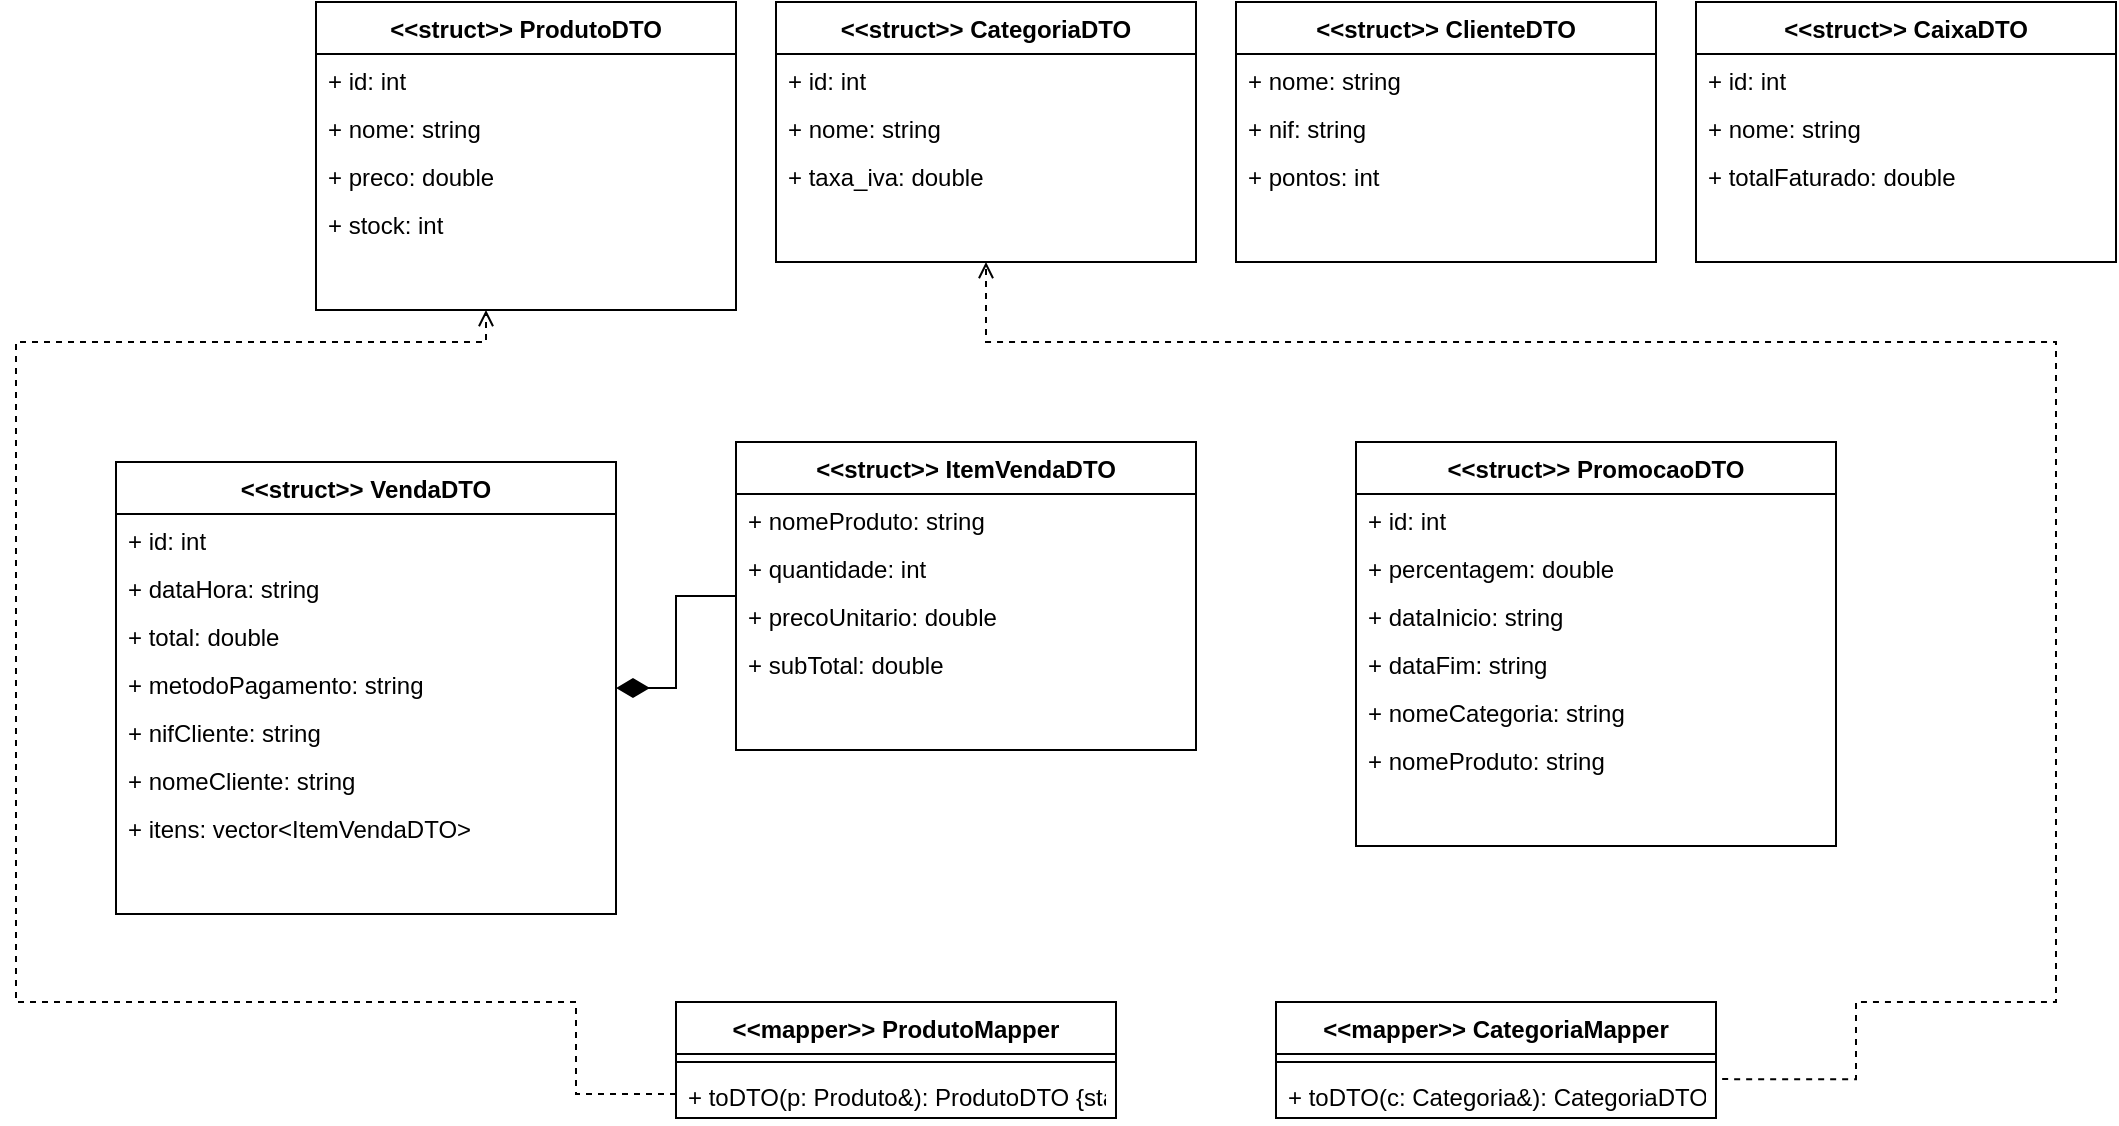
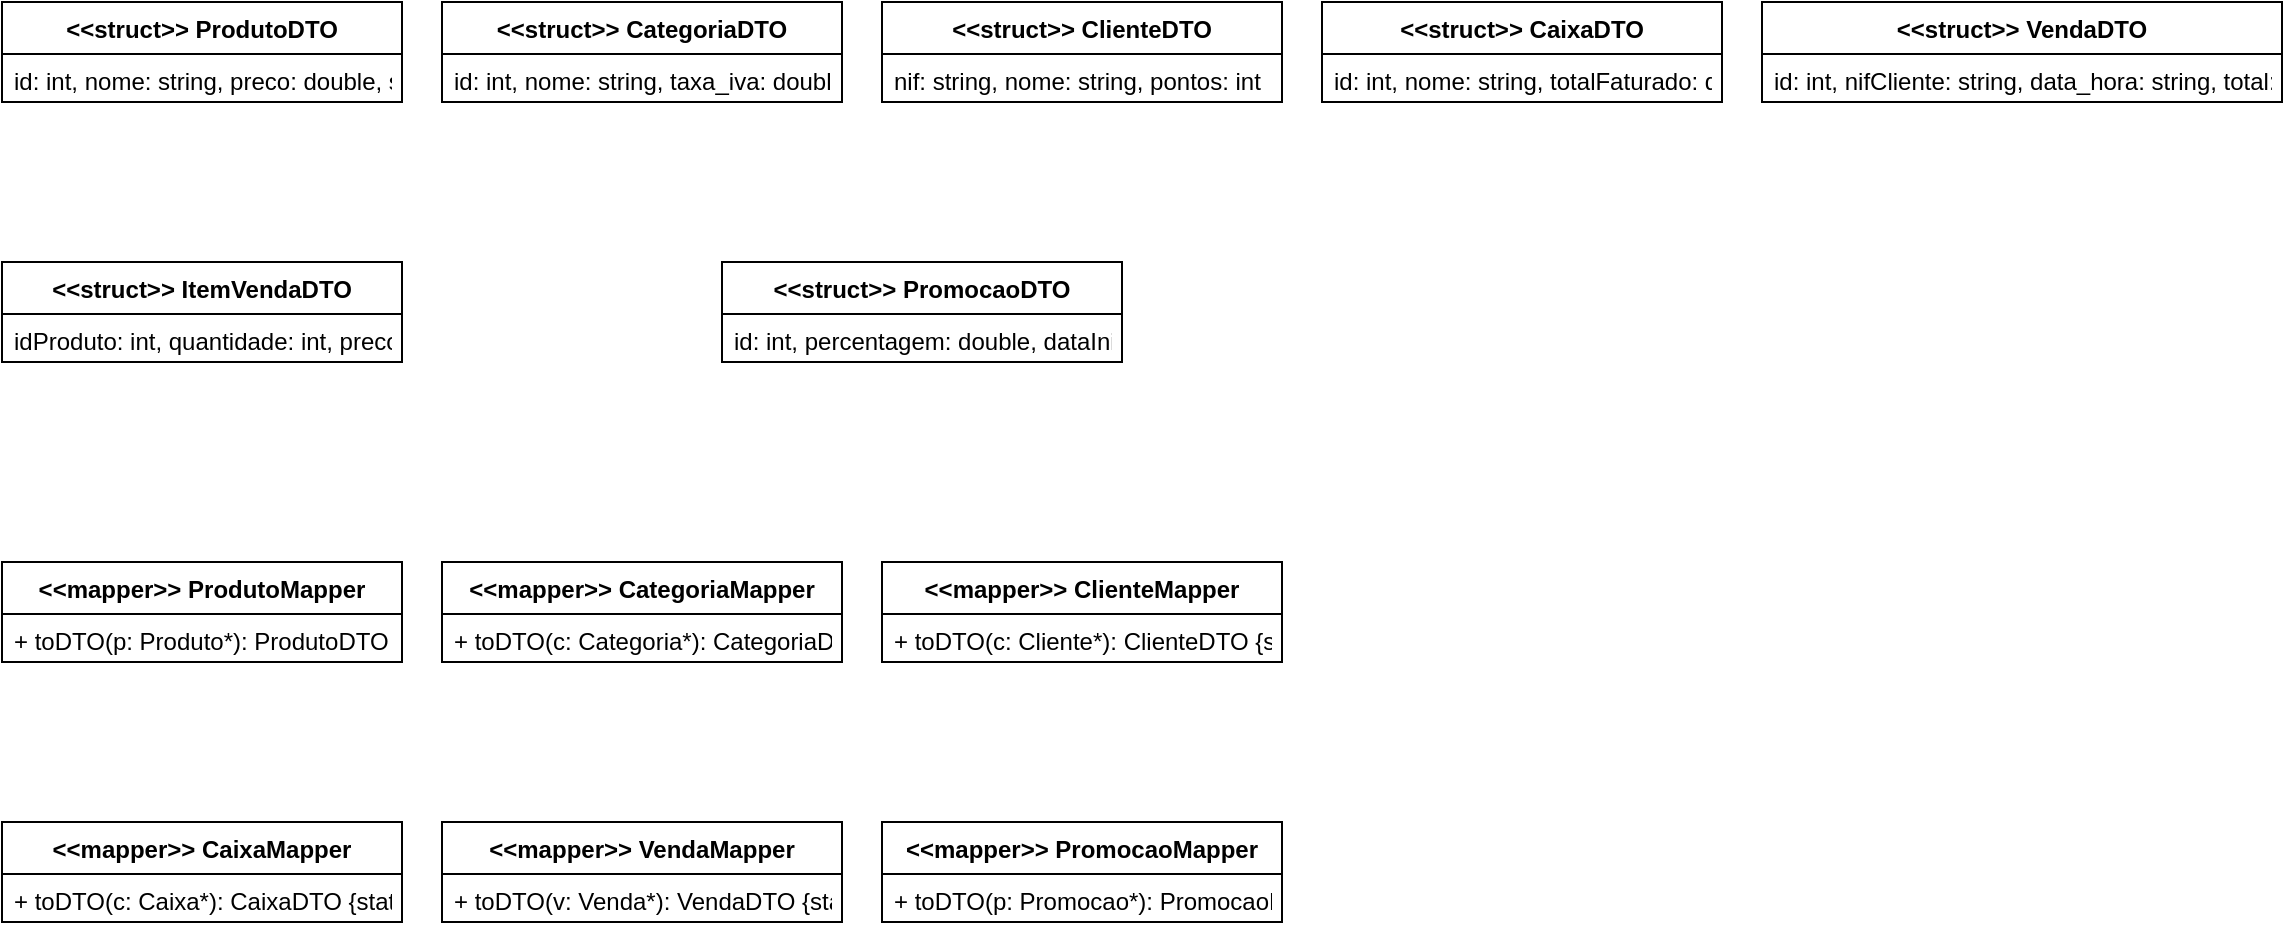
<?xml version='1.0' encoding='utf-8'?>
<mxfile host="app.diagrams.net">
  <diagram id="DTOsMappersDCD" name="DTOs and Mappers Class Diagram">
-     <mxGraphModel dx="2364" dy="771" grid="1" gridSize="10" guides="1" tooltips="1" connect="1" arrows="1" fold="1" page="1" pageScale="1" pageWidth="950" pageHeight="620" math="0" shadow="0">
+     <mxGraphModel dx="900" dy="600" grid="1" gridSize="10" guides="1" tooltips="1" connect="1" arrows="1" fold="1" page="1" pageScale="1" pageWidth="1200" pageHeight="550" math="0" shadow="0">
      <root>
        <mxCell id="0" />
        <mxCell id="1" parent="0" />
-         <mxCell id="cls_produto_dto" parent="1" style="swimlane;fontStyle=1;align=center;verticalAlign=top;childLayout=stackLayout;horizontal=1;startSize=26;horizontalStack=0;resizeParent=1;resizeLast=0;collapsible=1;marginBottom=0;rounded=0;shadow=0;strokeWidth=1;" value="&lt;&lt;struct&gt;&gt; ProdutoDTO" vertex="1">
-           <mxGeometry height="154" width="210" x="20" y="20" as="geometry" />
+         <mxCell id="dto_produtodto" parent="1" style="swimlane;fontStyle=1;align=center;verticalAlign=top;childLayout=stackLayout;horizontal=1;startSize=26;horizontalStack=0;resizeParent=1;resizeLast=0;collapsible=1;marginBottom=0;rounded=0;shadow=0;strokeWidth=1;" value="&lt;&lt;struct&gt;&gt; ProdutoDTO" vertex="1">
+           <mxGeometry height="50" width="200" x="20" y="20" as="geometry" />
        </mxCell>
-         <mxCell id="cls_produto_dto_a_0" parent="cls_produto_dto" style="text;align=left;verticalAlign=top;spacingLeft=4;spacingRight=4;overflow=hidden;rotatable=0;points=[[0,0.5],[1,0.5]];portConstraint=eastwest;rounded=0;shadow=0;html=0;" value="+ id: int" vertex="1">
-           <mxGeometry height="24" width="210" y="26" as="geometry" />
+         <mxCell id="dto_produtodto_a" parent="dto_produtodto" style="text;align=left;verticalAlign=top;spacingLeft=4;spacingRight=4;overflow=hidden;rotatable=0;points=[[0,0.5],[1,0.5]];portConstraint=eastwest;rounded=0;shadow=0;html=0;" value="id: int, nome: string, preco: double, stock: int, id_categoria: int" vertex="1">
+           <mxGeometry height="24" width="200" y="26" as="geometry" />
        </mxCell>
-         <mxCell id="cls_produto_dto_a_1" parent="cls_produto_dto" style="text;align=left;verticalAlign=top;spacingLeft=4;spacingRight=4;overflow=hidden;rotatable=0;points=[[0,0.5],[1,0.5]];portConstraint=eastwest;rounded=0;shadow=0;html=0;" value="+ nome: string" vertex="1">
-           <mxGeometry height="24" width="210" y="50" as="geometry" />
+         <mxCell id="dto_categoriadto" parent="1" style="swimlane;fontStyle=1;align=center;verticalAlign=top;childLayout=stackLayout;horizontal=1;startSize=26;horizontalStack=0;resizeParent=1;resizeLast=0;collapsible=1;marginBottom=0;rounded=0;shadow=0;strokeWidth=1;" value="&lt;&lt;struct&gt;&gt; CategoriaDTO" vertex="1">
+           <mxGeometry height="50" width="200" x="240" y="20" as="geometry" />
        </mxCell>
-         <mxCell id="cls_produto_dto_a_2" parent="cls_produto_dto" style="text;align=left;verticalAlign=top;spacingLeft=4;spacingRight=4;overflow=hidden;rotatable=0;points=[[0,0.5],[1,0.5]];portConstraint=eastwest;rounded=0;shadow=0;html=0;" value="+ preco: double" vertex="1">
-           <mxGeometry height="24" width="210" y="74" as="geometry" />
+         <mxCell id="dto_categoriadto_a" parent="dto_categoriadto" style="text;align=left;verticalAlign=top;spacingLeft=4;spacingRight=4;overflow=hidden;rotatable=0;points=[[0,0.5],[1,0.5]];portConstraint=eastwest;rounded=0;shadow=0;html=0;" value="id: int, nome: string, taxa_iva: double" vertex="1">
+           <mxGeometry height="24" width="200" y="26" as="geometry" />
        </mxCell>
-         <mxCell id="cls_produto_dto_a_3" parent="cls_produto_dto" style="text;align=left;verticalAlign=top;spacingLeft=4;spacingRight=4;overflow=hidden;rotatable=0;points=[[0,0.5],[1,0.5]];portConstraint=eastwest;rounded=0;shadow=0;html=0;" value="+ stock: int" vertex="1">
-           <mxGeometry height="24" width="210" y="98" as="geometry" />
+         <mxCell id="dto_clientedto" parent="1" style="swimlane;fontStyle=1;align=center;verticalAlign=top;childLayout=stackLayout;horizontal=1;startSize=26;horizontalStack=0;resizeParent=1;resizeLast=0;collapsible=1;marginBottom=0;rounded=0;shadow=0;strokeWidth=1;" value="&lt;&lt;struct&gt;&gt; ClienteDTO" vertex="1">
+           <mxGeometry height="50" width="200" x="460" y="20" as="geometry" />
        </mxCell>
-         <mxCell id="cls_categoria_dto" parent="1" style="swimlane;fontStyle=1;align=center;verticalAlign=top;childLayout=stackLayout;horizontal=1;startSize=26;horizontalStack=0;resizeParent=1;resizeLast=0;collapsible=1;marginBottom=0;rounded=0;shadow=0;strokeWidth=1;" value="&lt;&lt;struct&gt;&gt; CategoriaDTO" vertex="1">
-           <mxGeometry height="130" width="210" x="250" y="20" as="geometry" />
+         <mxCell id="dto_clientedto_a" parent="dto_clientedto" style="text;align=left;verticalAlign=top;spacingLeft=4;spacingRight=4;overflow=hidden;rotatable=0;points=[[0,0.5],[1,0.5]];portConstraint=eastwest;rounded=0;shadow=0;html=0;" value="nif: string, nome: string, pontos: int" vertex="1">
+           <mxGeometry height="24" width="200" y="26" as="geometry" />
        </mxCell>
-         <mxCell id="cls_categoria_dto_a_0" parent="cls_categoria_dto" style="text;align=left;verticalAlign=top;spacingLeft=4;spacingRight=4;overflow=hidden;rotatable=0;points=[[0,0.5],[1,0.5]];portConstraint=eastwest;rounded=0;shadow=0;html=0;" value="+ id: int" vertex="1">
-           <mxGeometry height="24" width="210" y="26" as="geometry" />
+         <mxCell id="dto_caixadto" parent="1" style="swimlane;fontStyle=1;align=center;verticalAlign=top;childLayout=stackLayout;horizontal=1;startSize=26;horizontalStack=0;resizeParent=1;resizeLast=0;collapsible=1;marginBottom=0;rounded=0;shadow=0;strokeWidth=1;" value="&lt;&lt;struct&gt;&gt; CaixaDTO" vertex="1">
+           <mxGeometry height="50" width="200" x="680" y="20" as="geometry" />
        </mxCell>
-         <mxCell id="cls_categoria_dto_a_1" parent="cls_categoria_dto" style="text;align=left;verticalAlign=top;spacingLeft=4;spacingRight=4;overflow=hidden;rotatable=0;points=[[0,0.5],[1,0.5]];portConstraint=eastwest;rounded=0;shadow=0;html=0;" value="+ nome: string" vertex="1">
-           <mxGeometry height="24" width="210" y="50" as="geometry" />
+         <mxCell id="dto_caixadto_a" parent="dto_caixadto" style="text;align=left;verticalAlign=top;spacingLeft=4;spacingRight=4;overflow=hidden;rotatable=0;points=[[0,0.5],[1,0.5]];portConstraint=eastwest;rounded=0;shadow=0;html=0;" value="id: int, nome: string, totalFaturado: double" vertex="1">
+           <mxGeometry height="24" width="200" y="26" as="geometry" />
        </mxCell>
-         <mxCell id="cls_categoria_dto_a_2" parent="cls_categoria_dto" style="text;align=left;verticalAlign=top;spacingLeft=4;spacingRight=4;overflow=hidden;rotatable=0;points=[[0,0.5],[1,0.5]];portConstraint=eastwest;rounded=0;shadow=0;html=0;" value="+ taxa_iva: double" vertex="1">
-           <mxGeometry height="24" width="210" y="74" as="geometry" />
+         <mxCell id="dto_vendadto" parent="1" style="swimlane;fontStyle=1;align=center;verticalAlign=top;childLayout=stackLayout;horizontal=1;startSize=26;horizontalStack=0;resizeParent=1;resizeLast=0;collapsible=1;marginBottom=0;rounded=0;shadow=0;strokeWidth=1;" value="&lt;&lt;struct&gt;&gt; VendaDTO" vertex="1">
+           <mxGeometry height="50" width="260" x="900" y="20" as="geometry" />
        </mxCell>
-         <mxCell id="cls_cliente_dto" parent="1" style="swimlane;fontStyle=1;align=center;verticalAlign=top;childLayout=stackLayout;horizontal=1;startSize=26;horizontalStack=0;resizeParent=1;resizeLast=0;collapsible=1;marginBottom=0;rounded=0;shadow=0;strokeWidth=1;" value="&lt;&lt;struct&gt;&gt; ClienteDTO" vertex="1">
-           <mxGeometry height="130" width="210" x="480" y="20" as="geometry" />
+         <mxCell id="dto_vendadto_a" parent="dto_vendadto" style="text;align=left;verticalAlign=top;spacingLeft=4;spacingRight=4;overflow=hidden;rotatable=0;points=[[0,0.5],[1,0.5]];portConstraint=eastwest;rounded=0;shadow=0;html=0;" value="id: int, nifCliente: string, data_hora: string, total: double, metodo: string" vertex="1">
+           <mxGeometry height="24" width="260" y="26" as="geometry" />
        </mxCell>
-         <mxCell id="cls_cliente_dto_a_0" parent="cls_cliente_dto" style="text;align=left;verticalAlign=top;spacingLeft=4;spacingRight=4;overflow=hidden;rotatable=0;points=[[0,0.5],[1,0.5]];portConstraint=eastwest;rounded=0;shadow=0;html=0;" value="+ nome: string" vertex="1">
-           <mxGeometry height="24" width="210" y="26" as="geometry" />
+         <mxCell id="dto_itemvendadto" parent="1" style="swimlane;fontStyle=1;align=center;verticalAlign=top;childLayout=stackLayout;horizontal=1;startSize=26;horizontalStack=0;resizeParent=1;resizeLast=0;collapsible=1;marginBottom=0;rounded=0;shadow=0;strokeWidth=1;" value="&lt;&lt;struct&gt;&gt; ItemVendaDTO" vertex="1">
+           <mxGeometry height="50" width="200" x="20" y="150" as="geometry" />
        </mxCell>
-         <mxCell id="cls_cliente_dto_a_1" parent="cls_cliente_dto" style="text;align=left;verticalAlign=top;spacingLeft=4;spacingRight=4;overflow=hidden;rotatable=0;points=[[0,0.5],[1,0.5]];portConstraint=eastwest;rounded=0;shadow=0;html=0;" value="+ nif: string" vertex="1">
-           <mxGeometry height="24" width="210" y="50" as="geometry" />
+         <mxCell id="dto_itemvendadto_a" parent="dto_itemvendadto" style="text;align=left;verticalAlign=top;spacingLeft=4;spacingRight=4;overflow=hidden;rotatable=0;points=[[0,0.5],[1,0.5]];portConstraint=eastwest;rounded=0;shadow=0;html=0;" value="idProduto: int, quantidade: int, precoUnitario: double, subtotal: double" vertex="1">
+           <mxGeometry height="24" width="200" y="26" as="geometry" />
        </mxCell>
-         <mxCell id="cls_cliente_dto_a_2" parent="cls_cliente_dto" style="text;align=left;verticalAlign=top;spacingLeft=4;spacingRight=4;overflow=hidden;rotatable=0;points=[[0,0.5],[1,0.5]];portConstraint=eastwest;rounded=0;shadow=0;html=0;" value="+ pontos: int" vertex="1">
-           <mxGeometry height="24" width="210" y="74" as="geometry" />
+         <mxCell id="dto_promocaodto" parent="1" style="swimlane;fontStyle=1;align=center;verticalAlign=top;childLayout=stackLayout;horizontal=1;startSize=26;horizontalStack=0;resizeParent=1;resizeLast=0;collapsible=1;marginBottom=0;rounded=0;shadow=0;strokeWidth=1;" value="&lt;&lt;struct&gt;&gt; PromocaoDTO" vertex="1">
+           <mxGeometry height="50" width="200" x="380" y="150" as="geometry" />
        </mxCell>
-         <mxCell id="cls_caixa_dto" parent="1" style="swimlane;fontStyle=1;align=center;verticalAlign=top;childLayout=stackLayout;horizontal=1;startSize=26;horizontalStack=0;resizeParent=1;resizeLast=0;collapsible=1;marginBottom=0;rounded=0;shadow=0;strokeWidth=1;" value="&lt;&lt;struct&gt;&gt; CaixaDTO" vertex="1">
-           <mxGeometry height="130" width="210" x="710" y="20" as="geometry" />
+         <mxCell id="dto_promocaodto_a" parent="dto_promocaodto" style="text;align=left;verticalAlign=top;spacingLeft=4;spacingRight=4;overflow=hidden;rotatable=0;points=[[0,0.5],[1,0.5]];portConstraint=eastwest;rounded=0;shadow=0;html=0;" value="id: int, percentagem: double, dataInicio: string, dataFim: string, tipo: string" vertex="1">
+           <mxGeometry height="24" width="200" y="26" as="geometry" />
        </mxCell>
-         <mxCell id="cls_caixa_dto_a_0" parent="cls_caixa_dto" style="text;align=left;verticalAlign=top;spacingLeft=4;spacingRight=4;overflow=hidden;rotatable=0;points=[[0,0.5],[1,0.5]];portConstraint=eastwest;rounded=0;shadow=0;html=0;" value="+ id: int" vertex="1">
-           <mxGeometry height="24" width="210" y="26" as="geometry" />
+         <mxCell id="map_produtomapper" parent="1" style="swimlane;fontStyle=1;align=center;verticalAlign=top;childLayout=stackLayout;horizontal=1;startSize=26;horizontalStack=0;resizeParent=1;resizeLast=0;collapsible=1;marginBottom=0;rounded=0;shadow=0;strokeWidth=1;" value="&lt;&lt;mapper&gt;&gt; ProdutoMapper" vertex="1">
+           <mxGeometry height="50" width="200" x="20" y="300" as="geometry" />
        </mxCell>
-         <mxCell id="cls_caixa_dto_a_1" parent="cls_caixa_dto" style="text;align=left;verticalAlign=top;spacingLeft=4;spacingRight=4;overflow=hidden;rotatable=0;points=[[0,0.5],[1,0.5]];portConstraint=eastwest;rounded=0;shadow=0;html=0;" value="+ nome: string" vertex="1">
-           <mxGeometry height="24" width="210" y="50" as="geometry" />
+         <mxCell id="map_produtomapper_m" parent="map_produtomapper" style="text;align=left;verticalAlign=top;spacingLeft=4;spacingRight=4;overflow=hidden;rotatable=0;points=[[0,0.5],[1,0.5]];portConstraint=eastwest;rounded=0;shadow=0;html=0;" value="+ toDTO(p: Produto*): ProdutoDTO {static}" vertex="1">
+           <mxGeometry height="24" width="200" y="26" as="geometry" />
        </mxCell>
-         <mxCell id="cls_caixa_dto_a_2" parent="cls_caixa_dto" style="text;align=left;verticalAlign=top;spacingLeft=4;spacingRight=4;overflow=hidden;rotatable=0;points=[[0,0.5],[1,0.5]];portConstraint=eastwest;rounded=0;shadow=0;html=0;" value="+ totalFaturado: double" vertex="1">
-           <mxGeometry height="24" width="210" y="74" as="geometry" />
+         <mxCell id="map_categoriamapper" parent="1" style="swimlane;fontStyle=1;align=center;verticalAlign=top;childLayout=stackLayout;horizontal=1;startSize=26;horizontalStack=0;resizeParent=1;resizeLast=0;collapsible=1;marginBottom=0;rounded=0;shadow=0;strokeWidth=1;" value="&lt;&lt;mapper&gt;&gt; CategoriaMapper" vertex="1">
+           <mxGeometry height="50" width="200" x="240" y="300" as="geometry" />
        </mxCell>
-         <mxCell id="cls_venda_dto" parent="1" style="swimlane;fontStyle=1;align=center;verticalAlign=top;childLayout=stackLayout;horizontal=1;startSize=26;horizontalStack=0;resizeParent=1;resizeLast=0;collapsible=1;marginBottom=0;rounded=0;shadow=0;strokeWidth=1;" value="&lt;&lt;struct&gt;&gt; VendaDTO" vertex="1">
-           <mxGeometry height="226" width="250" x="-80" y="250" as="geometry" />
+         <mxCell id="map_categoriamapper_m" parent="map_categoriamapper" style="text;align=left;verticalAlign=top;spacingLeft=4;spacingRight=4;overflow=hidden;rotatable=0;points=[[0,0.5],[1,0.5]];portConstraint=eastwest;rounded=0;shadow=0;html=0;" value="+ toDTO(c: Categoria*): CategoriaDTO {static}" vertex="1">
+           <mxGeometry height="24" width="200" y="26" as="geometry" />
        </mxCell>
-         <mxCell id="cls_venda_dto_a_0" parent="cls_venda_dto" style="text;align=left;verticalAlign=top;spacingLeft=4;spacingRight=4;overflow=hidden;rotatable=0;points=[[0,0.5],[1,0.5]];portConstraint=eastwest;rounded=0;shadow=0;html=0;" value="+ id: int" vertex="1">
-           <mxGeometry height="24" width="250" y="26" as="geometry" />
+         <mxCell id="map_clientemapper" parent="1" style="swimlane;fontStyle=1;align=center;verticalAlign=top;childLayout=stackLayout;horizontal=1;startSize=26;horizontalStack=0;resizeParent=1;resizeLast=0;collapsible=1;marginBottom=0;rounded=0;shadow=0;strokeWidth=1;" value="&lt;&lt;mapper&gt;&gt; ClienteMapper" vertex="1">
+           <mxGeometry height="50" width="200" x="460" y="300" as="geometry" />
        </mxCell>
-         <mxCell id="cls_venda_dto_a_1" parent="cls_venda_dto" style="text;align=left;verticalAlign=top;spacingLeft=4;spacingRight=4;overflow=hidden;rotatable=0;points=[[0,0.5],[1,0.5]];portConstraint=eastwest;rounded=0;shadow=0;html=0;" value="+ dataHora: string" vertex="1">
-           <mxGeometry height="24" width="250" y="50" as="geometry" />
+         <mxCell id="map_clientemapper_m" parent="map_clientemapper" style="text;align=left;verticalAlign=top;spacingLeft=4;spacingRight=4;overflow=hidden;rotatable=0;points=[[0,0.5],[1,0.5]];portConstraint=eastwest;rounded=0;shadow=0;html=0;" value="+ toDTO(c: Cliente*): ClienteDTO {static}" vertex="1">
+           <mxGeometry height="24" width="200" y="26" as="geometry" />
        </mxCell>
-         <mxCell id="cls_venda_dto_a_2" parent="cls_venda_dto" style="text;align=left;verticalAlign=top;spacingLeft=4;spacingRight=4;overflow=hidden;rotatable=0;points=[[0,0.5],[1,0.5]];portConstraint=eastwest;rounded=0;shadow=0;html=0;" value="+ total: double" vertex="1">
-           <mxGeometry height="24" width="250" y="74" as="geometry" />
+         <mxCell id="map_caixamapper" parent="1" style="swimlane;fontStyle=1;align=center;verticalAlign=top;childLayout=stackLayout;horizontal=1;startSize=26;horizontalStack=0;resizeParent=1;resizeLast=0;collapsible=1;marginBottom=0;rounded=0;shadow=0;strokeWidth=1;" value="&lt;&lt;mapper&gt;&gt; CaixaMapper" vertex="1">
+           <mxGeometry height="50" width="200" x="20" y="430" as="geometry" />
        </mxCell>
-         <mxCell id="cls_venda_dto_a_3" parent="cls_venda_dto" style="text;align=left;verticalAlign=top;spacingLeft=4;spacingRight=4;overflow=hidden;rotatable=0;points=[[0,0.5],[1,0.5]];portConstraint=eastwest;rounded=0;shadow=0;html=0;" value="+ metodoPagamento: string" vertex="1">
-           <mxGeometry height="24" width="250" y="98" as="geometry" />
+         <mxCell id="map_caixamapper_m" parent="map_caixamapper" style="text;align=left;verticalAlign=top;spacingLeft=4;spacingRight=4;overflow=hidden;rotatable=0;points=[[0,0.5],[1,0.5]];portConstraint=eastwest;rounded=0;shadow=0;html=0;" value="+ toDTO(c: Caixa*): CaixaDTO {static}" vertex="1">
+           <mxGeometry height="24" width="200" y="26" as="geometry" />
        </mxCell>
-         <mxCell id="cls_venda_dto_a_4" parent="cls_venda_dto" style="text;align=left;verticalAlign=top;spacingLeft=4;spacingRight=4;overflow=hidden;rotatable=0;points=[[0,0.5],[1,0.5]];portConstraint=eastwest;rounded=0;shadow=0;html=0;" value="+ nifCliente: string" vertex="1">
-           <mxGeometry height="24" width="250" y="122" as="geometry" />
+         <mxCell id="map_vendamapper" parent="1" style="swimlane;fontStyle=1;align=center;verticalAlign=top;childLayout=stackLayout;horizontal=1;startSize=26;horizontalStack=0;resizeParent=1;resizeLast=0;collapsible=1;marginBottom=0;rounded=0;shadow=0;strokeWidth=1;" value="&lt;&lt;mapper&gt;&gt; VendaMapper" vertex="1">
+           <mxGeometry height="50" width="200" x="240" y="430" as="geometry" />
        </mxCell>
-         <mxCell id="cls_venda_dto_a_5" parent="cls_venda_dto" style="text;align=left;verticalAlign=top;spacingLeft=4;spacingRight=4;overflow=hidden;rotatable=0;points=[[0,0.5],[1,0.5]];portConstraint=eastwest;rounded=0;shadow=0;html=0;" value="+ nomeCliente: string" vertex="1">
-           <mxGeometry height="24" width="250" y="146" as="geometry" />
+         <mxCell id="map_vendamapper_m" parent="map_vendamapper" style="text;align=left;verticalAlign=top;spacingLeft=4;spacingRight=4;overflow=hidden;rotatable=0;points=[[0,0.5],[1,0.5]];portConstraint=eastwest;rounded=0;shadow=0;html=0;" value="+ toDTO(v: Venda*): VendaDTO {static}" vertex="1">
+           <mxGeometry height="24" width="200" y="26" as="geometry" />
        </mxCell>
-         <mxCell id="cls_venda_dto_a_6" parent="cls_venda_dto" style="text;align=left;verticalAlign=top;spacingLeft=4;spacingRight=4;overflow=hidden;rotatable=0;points=[[0,0.5],[1,0.5]];portConstraint=eastwest;rounded=0;shadow=0;html=0;" value="+ itens: vector&lt;ItemVendaDTO&gt;" vertex="1">
-           <mxGeometry height="24" width="250" y="170" as="geometry" />
+         <mxCell id="map_promocaomapper" parent="1" style="swimlane;fontStyle=1;align=center;verticalAlign=top;childLayout=stackLayout;horizontal=1;startSize=26;horizontalStack=0;resizeParent=1;resizeLast=0;collapsible=1;marginBottom=0;rounded=0;shadow=0;strokeWidth=1;" value="&lt;&lt;mapper&gt;&gt; PromocaoMapper" vertex="1">
+           <mxGeometry height="50" width="200" x="460" y="430" as="geometry" />
        </mxCell>
-         <mxCell id="cls_itemvenda_dto" parent="1" style="swimlane;fontStyle=1;align=center;verticalAlign=top;childLayout=stackLayout;horizontal=1;startSize=26;horizontalStack=0;resizeParent=1;resizeLast=0;collapsible=1;marginBottom=0;rounded=0;shadow=0;strokeWidth=1;" value="&lt;&lt;struct&gt;&gt; ItemVendaDTO" vertex="1">
-           <mxGeometry height="154" width="230" x="230" y="240" as="geometry" />
+         <mxCell id="map_promocaomapper_m" parent="map_promocaomapper" style="text;align=left;verticalAlign=top;spacingLeft=4;spacingRight=4;overflow=hidden;rotatable=0;points=[[0,0.5],[1,0.5]];portConstraint=eastwest;rounded=0;shadow=0;html=0;" value="+ toDTO(p: Promocao*): PromocaoDTO {static}" vertex="1">
+           <mxGeometry height="24" width="200" y="26" as="geometry" />
        </mxCell>
-         <mxCell id="cls_itemvenda_dto_a_0" parent="cls_itemvenda_dto" style="text;align=left;verticalAlign=top;spacingLeft=4;spacingRight=4;overflow=hidden;rotatable=0;points=[[0,0.5],[1,0.5]];portConstraint=eastwest;rounded=0;shadow=0;html=0;" value="+ nomeProduto: string" vertex="1">
-           <mxGeometry height="24" width="230" y="26" as="geometry" />
-         </mxCell>
-         <mxCell id="cls_itemvenda_dto_a_1" parent="cls_itemvenda_dto" style="text;align=left;verticalAlign=top;spacingLeft=4;spacingRight=4;overflow=hidden;rotatable=0;points=[[0,0.5],[1,0.5]];portConstraint=eastwest;rounded=0;shadow=0;html=0;" value="+ quantidade: int" vertex="1">
-           <mxGeometry height="24" width="230" y="50" as="geometry" />
-         </mxCell>
-         <mxCell id="cls_itemvenda_dto_a_2" parent="cls_itemvenda_dto" style="text;align=left;verticalAlign=top;spacingLeft=4;spacingRight=4;overflow=hidden;rotatable=0;points=[[0,0.5],[1,0.5]];portConstraint=eastwest;rounded=0;shadow=0;html=0;" value="+ precoUnitario: double" vertex="1">
-           <mxGeometry height="24" width="230" y="74" as="geometry" />
-         </mxCell>
-         <mxCell id="cls_itemvenda_dto_a_3" parent="cls_itemvenda_dto" style="text;align=left;verticalAlign=top;spacingLeft=4;spacingRight=4;overflow=hidden;rotatable=0;points=[[0,0.5],[1,0.5]];portConstraint=eastwest;rounded=0;shadow=0;html=0;" value="+ subTotal: double" vertex="1">
-           <mxGeometry height="24" width="230" y="98" as="geometry" />
-         </mxCell>
-         <mxCell id="cls_promocao_dto" parent="1" style="swimlane;fontStyle=1;align=center;verticalAlign=top;childLayout=stackLayout;horizontal=1;startSize=26;horizontalStack=0;resizeParent=1;resizeLast=0;collapsible=1;marginBottom=0;rounded=0;shadow=0;strokeWidth=1;" value="&lt;&lt;struct&gt;&gt; PromocaoDTO" vertex="1">
-           <mxGeometry height="202" width="240" x="540" y="240" as="geometry" />
-         </mxCell>
-         <mxCell id="cls_promocao_dto_a_0" parent="cls_promocao_dto" style="text;align=left;verticalAlign=top;spacingLeft=4;spacingRight=4;overflow=hidden;rotatable=0;points=[[0,0.5],[1,0.5]];portConstraint=eastwest;rounded=0;shadow=0;html=0;" value="+ id: int" vertex="1">
-           <mxGeometry height="24" width="240" y="26" as="geometry" />
-         </mxCell>
-         <mxCell id="cls_promocao_dto_a_1" parent="cls_promocao_dto" style="text;align=left;verticalAlign=top;spacingLeft=4;spacingRight=4;overflow=hidden;rotatable=0;points=[[0,0.5],[1,0.5]];portConstraint=eastwest;rounded=0;shadow=0;html=0;" value="+ percentagem: double" vertex="1">
-           <mxGeometry height="24" width="240" y="50" as="geometry" />
-         </mxCell>
-         <mxCell id="cls_promocao_dto_a_2" parent="cls_promocao_dto" style="text;align=left;verticalAlign=top;spacingLeft=4;spacingRight=4;overflow=hidden;rotatable=0;points=[[0,0.5],[1,0.5]];portConstraint=eastwest;rounded=0;shadow=0;html=0;" value="+ dataInicio: string" vertex="1">
-           <mxGeometry height="24" width="240" y="74" as="geometry" />
-         </mxCell>
-         <mxCell id="cls_promocao_dto_a_3" parent="cls_promocao_dto" style="text;align=left;verticalAlign=top;spacingLeft=4;spacingRight=4;overflow=hidden;rotatable=0;points=[[0,0.5],[1,0.5]];portConstraint=eastwest;rounded=0;shadow=0;html=0;" value="+ dataFim: string" vertex="1">
-           <mxGeometry height="24" width="240" y="98" as="geometry" />
-         </mxCell>
-         <mxCell id="cls_promocao_dto_a_4" parent="cls_promocao_dto" style="text;align=left;verticalAlign=top;spacingLeft=4;spacingRight=4;overflow=hidden;rotatable=0;points=[[0,0.5],[1,0.5]];portConstraint=eastwest;rounded=0;shadow=0;html=0;" value="+ nomeCategoria: string" vertex="1">
-           <mxGeometry height="24" width="240" y="122" as="geometry" />
-         </mxCell>
-         <mxCell id="cls_promocao_dto_a_5" parent="cls_promocao_dto" style="text;align=left;verticalAlign=top;spacingLeft=4;spacingRight=4;overflow=hidden;rotatable=0;points=[[0,0.5],[1,0.5]];portConstraint=eastwest;rounded=0;shadow=0;html=0;" value="+ nomeProduto: string" vertex="1">
-           <mxGeometry height="24" width="240" y="146" as="geometry" />
-         </mxCell>
-         <mxCell id="cls_produto_mapper" parent="1" style="swimlane;fontStyle=1;align=center;verticalAlign=top;childLayout=stackLayout;horizontal=1;startSize=26;horizontalStack=0;resizeParent=1;resizeLast=0;collapsible=1;marginBottom=0;rounded=0;shadow=0;strokeWidth=1;" value="&lt;&lt;mapper&gt;&gt; ProdutoMapper" vertex="1">
-           <mxGeometry height="58" width="220" x="200" y="520" as="geometry" />
-         </mxCell>
-         <mxCell id="cls_produto_mapper_sep" parent="cls_produto_mapper" style="line;html=1;strokeWidth=1;align=left;verticalAlign=middle;spacingTop=-1;spacingLeft=3;spacingRight=3;rotatable=0;labelPosition=right;points=[];portConstraint=eastwest;" value="" vertex="1">
-           <mxGeometry height="8" width="220" y="26" as="geometry" />
-         </mxCell>
-         <mxCell id="cls_produto_mapper_m_0" parent="cls_produto_mapper" style="text;align=left;verticalAlign=top;spacingLeft=4;spacingRight=4;overflow=hidden;rotatable=0;points=[[0,0.5],[1,0.5]];portConstraint=eastwest;rounded=0;shadow=0;html=0;" value="+ toDTO(p: Produto&amp;): ProdutoDTO {static}" vertex="1">
-           <mxGeometry height="24" width="220" y="34" as="geometry" />
-         </mxCell>
-         <mxCell id="cls_categoria_mapper" parent="1" style="swimlane;fontStyle=1;align=center;verticalAlign=top;childLayout=stackLayout;horizontal=1;startSize=26;horizontalStack=0;resizeParent=1;resizeLast=0;collapsible=1;marginBottom=0;rounded=0;shadow=0;strokeWidth=1;" value="&lt;&lt;mapper&gt;&gt; CategoriaMapper" vertex="1">
-           <mxGeometry height="58" width="220" x="500" y="520" as="geometry" />
-         </mxCell>
-         <mxCell id="cls_categoria_mapper_sep" parent="cls_categoria_mapper" style="line;html=1;strokeWidth=1;align=left;verticalAlign=middle;spacingTop=-1;spacingLeft=3;spacingRight=3;rotatable=0;labelPosition=right;points=[];portConstraint=eastwest;" value="" vertex="1">
-           <mxGeometry height="8" width="220" y="26" as="geometry" />
-         </mxCell>
-         <mxCell id="cls_categoria_mapper_m_0" parent="cls_categoria_mapper" style="text;align=left;verticalAlign=top;spacingLeft=4;spacingRight=4;overflow=hidden;rotatable=0;points=[[0,0.5],[1,0.5]];portConstraint=eastwest;rounded=0;shadow=0;html=0;" value="+ toDTO(c: Categoria&amp;): CategoriaDTO {static}" vertex="1">
-           <mxGeometry height="24" width="220" y="34" as="geometry" />
-         </mxCell>
-         <mxCell id="rel_pmapper_pdto" edge="1" parent="1" source="cls_produto_mapper_m_0" style="endArrow=open;html=1;dashed=1;edgeStyle=orthogonalEdgeStyle;rounded=0;entryX=0.5;entryY=1;exitX=0;exitY=0.5;exitDx=0;exitDy=0;" value="">
-           <mxGeometry relative="1" as="geometry">
-             <Array as="points">
-               <mxPoint x="150" y="566" />
-               <mxPoint x="150" y="520" />
-               <mxPoint x="-130" y="520" />
-               <mxPoint x="-130" y="190" />
-               <mxPoint x="105" y="190" />
-             </Array>
-             <mxPoint x="150" y="560" as="sourcePoint" />
-             <mxPoint x="105" y="174" as="targetPoint" />
-           </mxGeometry>
-         </mxCell>
-         <mxCell id="rel_cmapper_cdto" edge="1" parent="1" source="cls_categoria_mapper_m_0" style="endArrow=open;html=1;dashed=1;edgeStyle=orthogonalEdgeStyle;rounded=0;entryX=0.5;entryY=1;exitX=1.014;exitY=0.19;exitDx=0;exitDy=0;exitPerimeter=0;" target="cls_categoria_dto" value="">
-           <mxGeometry relative="1" as="geometry">
-             <Array as="points">
-               <mxPoint x="790" y="559" />
-               <mxPoint x="790" y="520" />
-               <mxPoint x="890" y="520" />
-               <mxPoint x="890" y="190" />
-               <mxPoint x="355" y="190" />
-             </Array>
-             <mxPoint x="790" y="560" as="sourcePoint" />
-           </mxGeometry>
-         </mxCell>
-         <mxCell id="rel_venda_item" edge="1" parent="1" source="cls_venda_dto" style="endArrow=none;endSize=12;startArrow=diamondThin;startSize=14;startFill=1;edgeStyle=orthogonalEdgeStyle;rounded=0;shadow=0;html=1;endFill=0;exitX=1;exitY=0.5;entryX=0;entryY=0.5;" target="cls_itemvenda_dto" value="">
-           <mxGeometry relative="1" as="geometry" />
-         </mxCell>
+ 
      </root>
    </mxGraphModel>
  </diagram>
</mxfile>